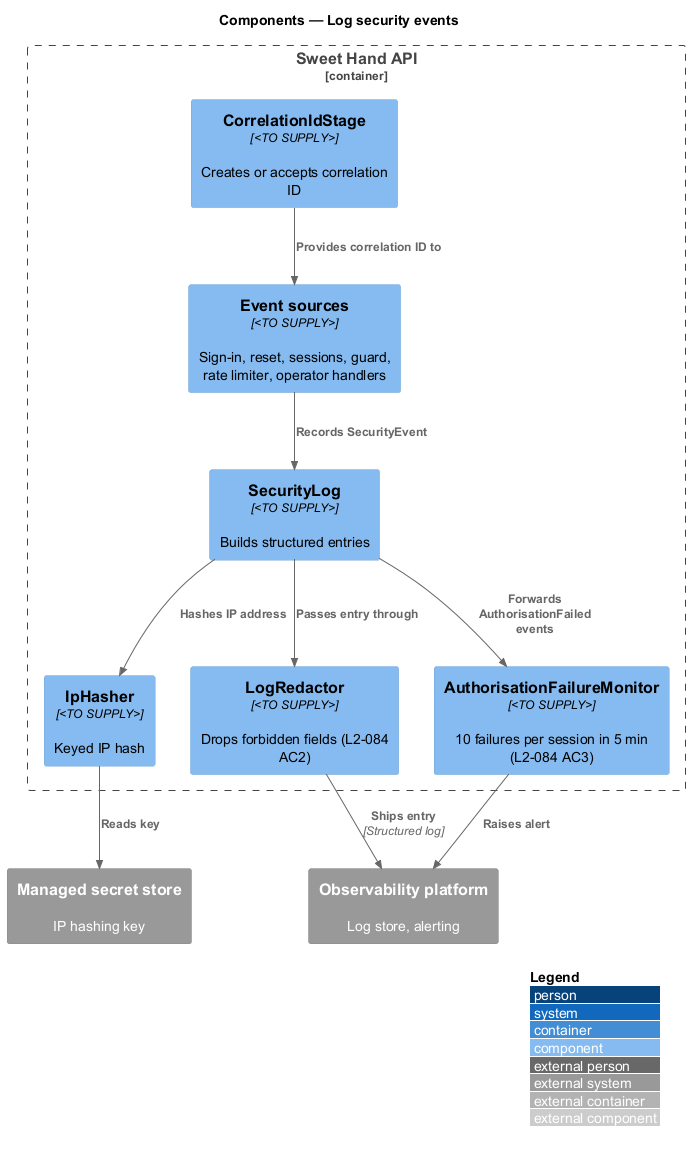
Earlier version of the PlantUML export docs/detailed-designs/identity-and-security/log-security-events/diagrams/c4-component.png (QuinntyneBrown/sweet-hand). The source it was exported from:
```plantuml
@startuml
!include <C4/C4_Component>
LAYOUT_WITH_LEGEND()
title Components — Log security events

Container_Boundary(api, "Sweet Hand API") {
  Component(corr, "CorrelationIdStage", "<TO SUPPLY>", "Creates or accepts correlation ID")
  Component(sources, "Event sources", "<TO SUPPLY>", "Sign-in, reset, sessions, guard, rate limiter, operator handlers")
  Component(seclog, "SecurityLog", "<TO SUPPLY>", "Builds structured entries")
  Component(iphash, "IpHasher", "<TO SUPPLY>", "Keyed IP hash")
  Component(redactor, "LogRedactor", "<TO SUPPLY>", "Drops forbidden fields (L2-084 AC2)")
  Component(monitor, "AuthorisationFailureMonitor", "<TO SUPPLY>", "10 failures per session in 5 min (L2-084 AC3)")
}
System_Ext(secrets, "Managed secret store", "IP hashing key")
System_Ext(obs, "Observability platform", "Log store, alerting")

Rel(corr, sources, "Provides correlation ID to")
Rel(sources, seclog, "Records SecurityEvent")
Rel(seclog, iphash, "Hashes IP address")
Rel(iphash, secrets, "Reads key")
Rel(seclog, redactor, "Passes entry through")
Rel(seclog, monitor, "Forwards AuthorisationFailed events")
Rel(redactor, obs, "Ships entry", "Structured log")
Rel(monitor, obs, "Raises alert")
@enduml
```
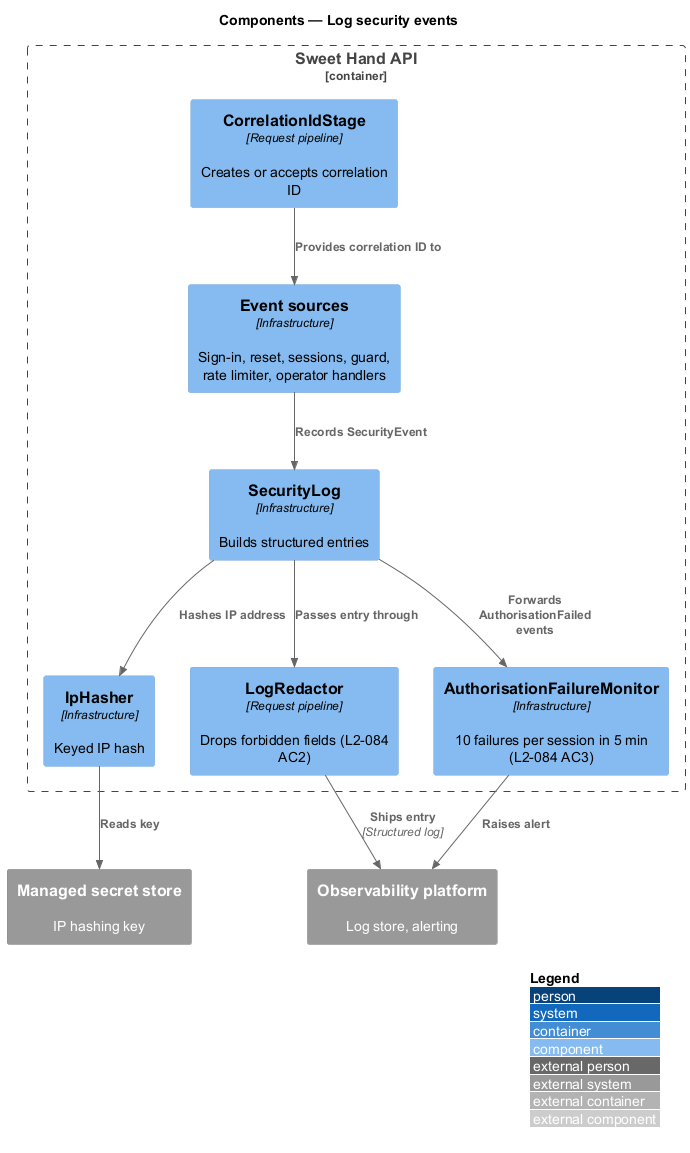
The same diagram one commit later.

Diff of the diagram source:
```diff
@@ -4,12 +4,12 @@
 title Components — Log security events
 
 Container_Boundary(api, "Sweet Hand API") {
-  Component(corr, "CorrelationIdStage", "<TO SUPPLY>", "Creates or accepts correlation ID")
-  Component(sources, "Event sources", "<TO SUPPLY>", "Sign-in, reset, sessions, guard, rate limiter, operator handlers")
-  Component(seclog, "SecurityLog", "<TO SUPPLY>", "Builds structured entries")
-  Component(iphash, "IpHasher", "<TO SUPPLY>", "Keyed IP hash")
-  Component(redactor, "LogRedactor", "<TO SUPPLY>", "Drops forbidden fields (L2-084 AC2)")
-  Component(monitor, "AuthorisationFailureMonitor", "<TO SUPPLY>", "10 failures per session in 5 min (L2-084 AC3)")
+  Component(corr, "CorrelationIdStage", "Request pipeline", "Creates or accepts correlation ID")
+  Component(sources, "Event sources", "Infrastructure", "Sign-in, reset, sessions, guard, rate limiter, operator handlers")
+  Component(seclog, "SecurityLog", "Infrastructure", "Builds structured entries")
+  Component(iphash, "IpHasher", "Infrastructure", "Keyed IP hash")
+  Component(redactor, "LogRedactor", "Request pipeline", "Drops forbidden fields (L2-084 AC2)")
+  Component(monitor, "AuthorisationFailureMonitor", "Infrastructure", "10 failures per session in 5 min (L2-084 AC3)")
 }
 System_Ext(secrets, "Managed secret store", "IP hashing key")
 System_Ext(obs, "Observability platform", "Log store, alerting")
```
